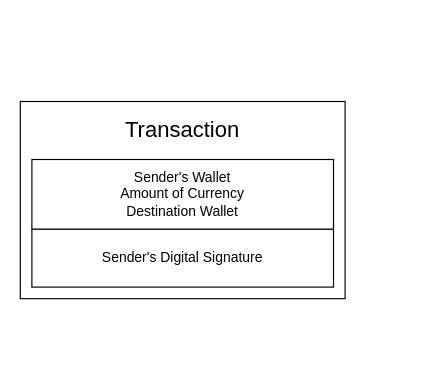
MlgEpicBanana69/dreamveil keeps this draw.io diagram as Diagrams/Transaction.drawio. Above is the earlier version. Source tidied: cells renumbered, new cells numbered last; positions are measured from the earlier drawing's top-left corner, leaving out a move shared by most shapes. Both pictures are drawn from the tidied source at 116%, with x=0, y=0 at pixel (20, 101).
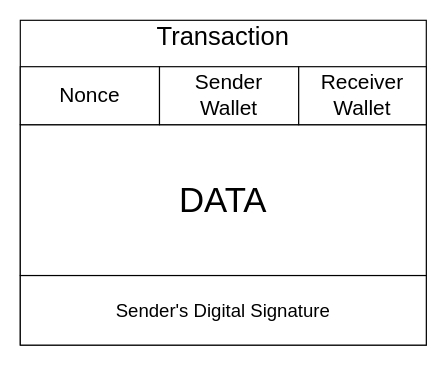
The same page after the edit.

Commit message (it also covers changes not shown here):
expanded project document

Diff of the diagram source:
```diff
@@
 <mxGraphModel>
   <root>
     <mxCell id="0" />
     <mxCell id="1" parent="0" />
     <mxCell id="2" style="rounded=0;whiteSpace=wrap;html=1;" parent="1" vertex="1">
-      <mxGeometry width="280" height="170" as="geometry" />
+      <mxGeometry y="-70" width="350" height="280" as="geometry" />
     </mxCell>
-    <mxCell id="3" value="&lt;span&gt;Sender's Digital Signature&lt;/span&gt;" style="rounded=0;whiteSpace=wrap;html=1;" parent="1" vertex="1">
-      <mxGeometry x="10" y="110" width="260" height="50" as="geometry" />
+    <mxCell id="3" value="&lt;span&gt;&lt;font style=&quot;font-size: 16px&quot;&gt;Sender's Digital Signature&lt;/font&gt;&lt;/span&gt;" style="rounded=0;whiteSpace=wrap;html=1;" parent="1" vertex="1">
+      <mxGeometry y="150" width="350" height="60" as="geometry" />
     </mxCell>
-    <mxCell id="4" value="Sender's Wallet&lt;br&gt;Amount of Currency&lt;br&gt;Destination Wallet" style="rounded=0;whiteSpace=wrap;html=1;" parent="1" vertex="1">
-      <mxGeometry x="10" y="50" width="260" height="60" as="geometry" />
+    <mxCell id="4" value="&lt;font style=&quot;font-size: 30px&quot;&gt;DATA&lt;/font&gt;" style="rounded=0;whiteSpace=wrap;html=1;" parent="1" vertex="1">
+      <mxGeometry y="20" width="350" height="130" as="geometry" />
     </mxCell>
-    <mxCell id="5" value="&lt;font style=&quot;font-size: 19px&quot;&gt;Transaction&lt;/font&gt;" style="text;html=1;strokeColor=none;fillColor=none;align=center;verticalAlign=middle;whiteSpace=wrap;rounded=0;" parent="1" vertex="1">
-      <mxGeometry x="65" y="10" width="150" height="30" as="geometry" />
+    <mxCell id="5" value="&lt;font style=&quot;font-size: 22px;&quot;&gt;Transaction&lt;/font&gt;" style="text;html=1;strokeColor=none;fillColor=none;align=center;verticalAlign=middle;whiteSpace=wrap;rounded=0;fontSize=22;" parent="1" vertex="1">
+      <mxGeometry x="100" y="-70" width="150" height="30" as="geometry" />
     </mxCell>
+    <mxCell id="6" value="Nonce" style="rounded=0;whiteSpace=wrap;html=1;fontSize=18;" parent="1" vertex="1">
+      <mxGeometry y="-30" width="120" height="50" as="geometry" />
+    </mxCell>
+    <mxCell id="7" value="Sender&lt;br style=&quot;font-size: 18px;&quot;&gt;Wallet" style="rounded=0;whiteSpace=wrap;html=1;fontSize=18;" parent="1" vertex="1">
+      <mxGeometry x="120" y="-30" width="120" height="50" as="geometry" />
+    </mxCell>
+    <mxCell id="8" value="Receiver&lt;br style=&quot;font-size: 18px;&quot;&gt;Wallet" style="rounded=0;whiteSpace=wrap;html=1;fontSize=18;" parent="1" vertex="1">
+      <mxGeometry x="240" y="-30" width="110" height="50" as="geometry" />
+    </mxCell>
   </root>
 </mxGraphModel>
```
